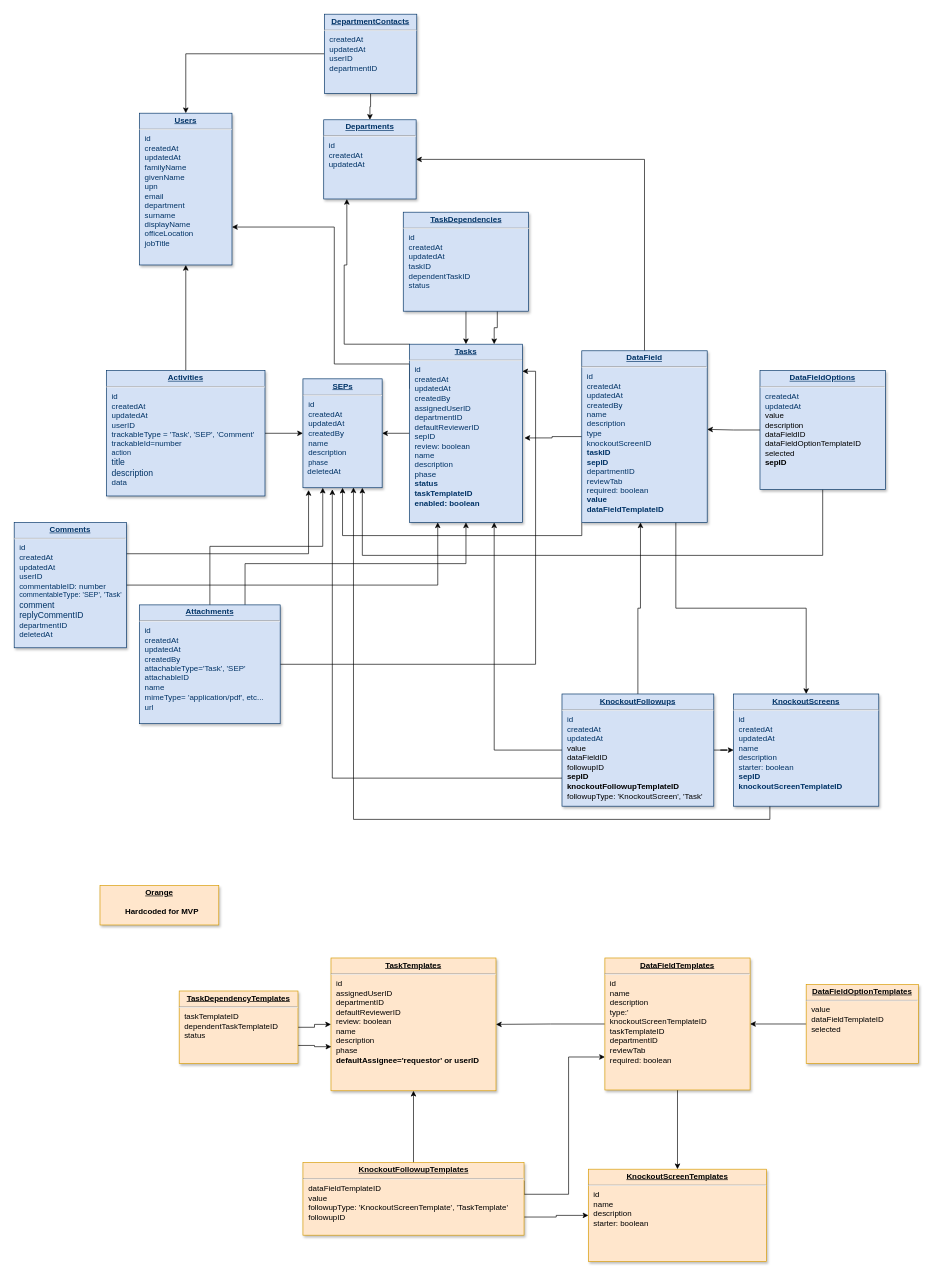
Earlier version of the draw.io diagram docs/sep-database.drawio.xml (BitCoyote/Solution-Enablement-Process). Source tidied: cells renumbered, new cells numbered last; positions are measured from the earlier drawing's top-left corner, leaving out a move shared by most shapes. Both pictures are drawn from the tidied source at 66%, with x=0, y=0 at pixel (14, 14).
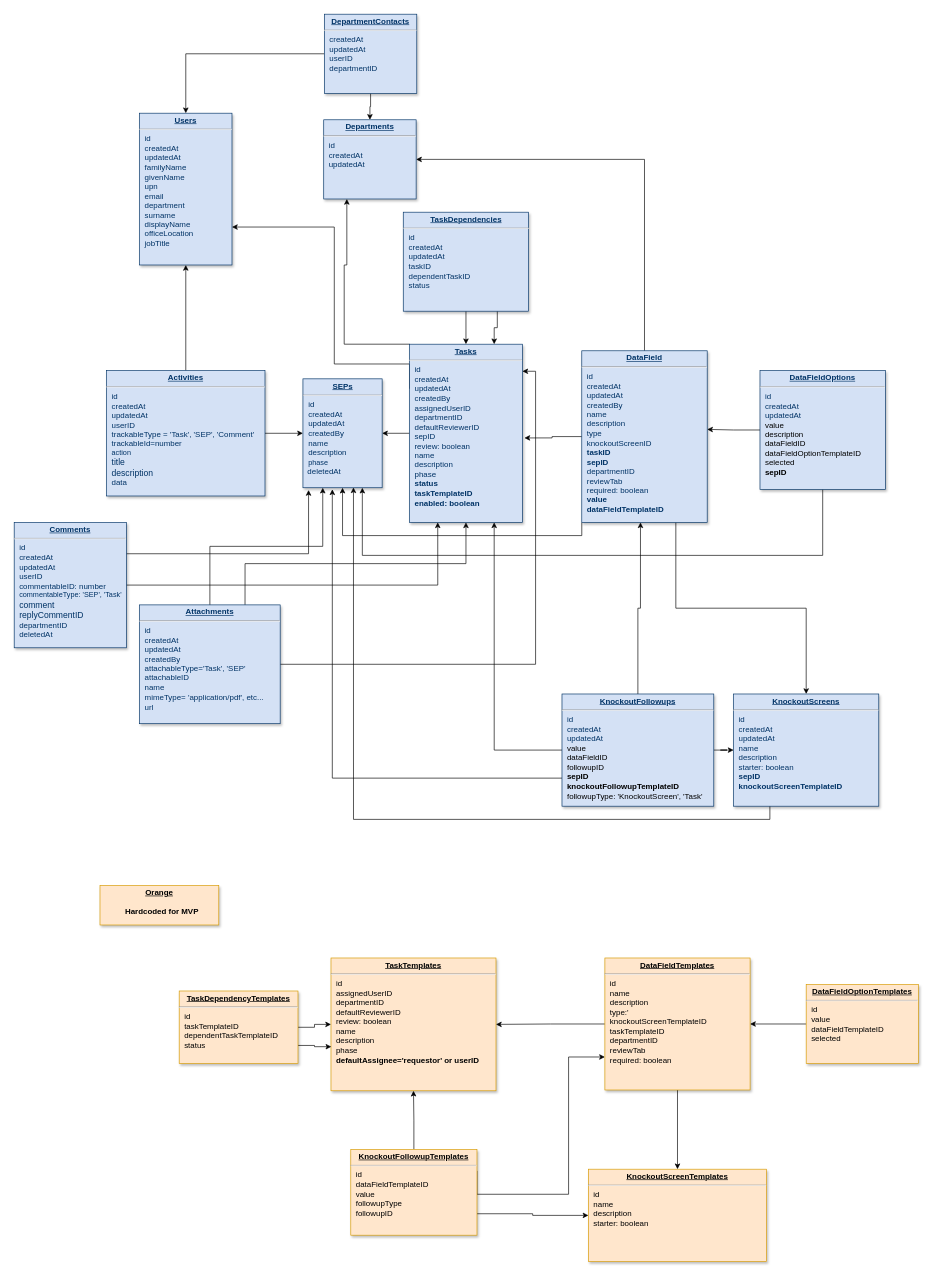
Above is the later version.

Change to the diagram source:
```diff
@@
-    <mxCell id="26" value="&lt;p style=&quot;margin: 0px; margin-top: 4px; text-align: center; text-decoration: underline;&quot;&gt;&lt;strong&gt;KnockoutFollowupTemplates&lt;/strong&gt;&lt;/p&gt;&lt;hr&gt;&lt;p style=&quot;margin: 0px; margin-left: 8px;&quot;&gt;&lt;span style=&quot;background-color: initial;&quot;&gt;dataFieldTemplateID&lt;/span&gt;&lt;br&gt;&lt;/p&gt;&lt;p style=&quot;margin: 0px; margin-left: 8px;&quot;&gt;&lt;span style=&quot;background-color: initial;&quot;&gt;value&lt;/span&gt;&lt;/p&gt;&lt;p style=&quot;margin: 0px; margin-left: 8px;&quot;&gt;&lt;span style=&quot;background-color: initial;&quot;&gt;followupType: 'KnockoutScreenTemplate', 'TaskTemplate'&lt;/span&gt;&lt;br&gt;&lt;/p&gt;&lt;p style=&quot;margin: 0px; margin-left: 8px;&quot;&gt;followupID&lt;/p&gt;" style="verticalAlign=top;align=left;overflow=fill;fontSize=12;fontFamily=Helvetica;html=1;strokeColor=#d79b00;shadow=1;fillColor=#ffe6cc;" parent="1" vertex="1">
-      <mxGeometry x="437.5" y="1740" width="335" height="110" as="geometry" />
+    <mxCell id="26" value="&lt;p style=&quot;margin: 0px; margin-top: 4px; text-align: center; text-decoration: underline;&quot;&gt;&lt;strong&gt;KnockoutFollowupTemplates&lt;/strong&gt;&lt;/p&gt;&lt;hr&gt;&lt;p style=&quot;margin: 0px; margin-left: 8px;&quot;&gt;&lt;span style=&quot;background-color: initial;&quot;&gt;id&lt;/span&gt;&lt;/p&gt;&lt;p style=&quot;margin: 0px; margin-left: 8px;&quot;&gt;&lt;span style=&quot;background-color: initial;&quot;&gt;dataFieldTemplateID&lt;/span&gt;&lt;br&gt;&lt;/p&gt;&lt;p style=&quot;margin: 0px; margin-left: 8px;&quot;&gt;&lt;span style=&quot;background-color: initial;&quot;&gt;value&lt;/span&gt;&lt;/p&gt;&lt;p style=&quot;margin: 0px; margin-left: 8px;&quot;&gt;&lt;span style=&quot;background-color: initial;&quot;&gt;followupType&lt;/span&gt;&lt;br&gt;&lt;/p&gt;&lt;p style=&quot;margin: 0px; margin-left: 8px;&quot;&gt;followupID&lt;/p&gt;" style="verticalAlign=top;align=left;overflow=fill;fontSize=12;fontFamily=Helvetica;html=1;strokeColor=#d79b00;shadow=1;fillColor=#ffe6cc;" parent="1" vertex="1">
+      <mxGeometry x="510" y="1720" width="191.2" height="130" as="geometry" />
     </mxCell>
@@
-    <mxCell id="48" value="&lt;p style=&quot;margin: 0px; margin-top: 4px; text-align: center; text-decoration: underline;&quot;&gt;&lt;b&gt;DataFieldOptionTemplates&lt;/b&gt;&lt;/p&gt;&lt;hr&gt;&lt;p style=&quot;margin: 0px; margin-left: 8px;&quot;&gt;&lt;span style=&quot;background-color: initial;&quot;&gt;value&lt;/span&gt;&lt;br&gt;&lt;/p&gt;&lt;p style=&quot;color: rgb(0, 0, 0); margin: 0px 0px 0px 8px;&quot;&gt;&lt;span style=&quot;background-color: initial;&quot;&gt;dataFieldTemplateID&lt;/span&gt;&lt;/p&gt;&lt;p style=&quot;color: rgb(0, 0, 0); margin: 0px 0px 0px 8px;&quot;&gt;&lt;span style=&quot;background-color: initial;&quot;&gt;selected&lt;/span&gt;&lt;br&gt;&lt;/p&gt;&lt;p style=&quot;margin: 0px 0px 0px 8px;&quot;&gt;&lt;br&gt;&lt;/p&gt;" style="verticalAlign=top;align=left;overflow=fill;fontSize=12;fontFamily=Helvetica;html=1;strokeColor=#d79b00;shadow=1;fillColor=#ffe6cc;" parent="1" vertex="1">
+    <mxCell id="48" value="&lt;p style=&quot;margin: 0px; margin-top: 4px; text-align: center; text-decoration: underline;&quot;&gt;&lt;b&gt;DataFieldOptionTemplates&lt;/b&gt;&lt;/p&gt;&lt;hr&gt;&lt;p style=&quot;margin: 0px; margin-left: 8px;&quot;&gt;&lt;span style=&quot;background-color: initial;&quot;&gt;id&lt;/span&gt;&lt;/p&gt;&lt;p style=&quot;margin: 0px; margin-left: 8px;&quot;&gt;&lt;span style=&quot;background-color: initial;&quot;&gt;value&lt;/span&gt;&lt;br&gt;&lt;/p&gt;&lt;p style=&quot;color: rgb(0, 0, 0); margin: 0px 0px 0px 8px;&quot;&gt;&lt;span style=&quot;background-color: initial;&quot;&gt;dataFieldTemplateID&lt;/span&gt;&lt;/p&gt;&lt;p style=&quot;color: rgb(0, 0, 0); margin: 0px 0px 0px 8px;&quot;&gt;&lt;span style=&quot;background-color: initial;&quot;&gt;selected&lt;/span&gt;&lt;br&gt;&lt;/p&gt;&lt;p style=&quot;margin: 0px 0px 0px 8px;&quot;&gt;&lt;br&gt;&lt;/p&gt;" style="verticalAlign=top;align=left;overflow=fill;fontSize=12;fontFamily=Helvetica;html=1;strokeColor=#d79b00;shadow=1;fillColor=#ffe6cc;" parent="1" vertex="1">
       <mxGeometry x="1200" y="1470" width="170" height="120" as="geometry" />
     </mxCell>
@@
-    <mxCell id="51" value="&lt;p style=&quot;margin: 0px; margin-top: 4px; text-align: center; text-decoration: underline;&quot;&gt;&lt;strong&gt;TaskDependencyTemplates&lt;/strong&gt;&lt;/p&gt;&lt;hr&gt;&lt;p style=&quot;margin: 0px; margin-left: 8px;&quot;&gt;&lt;span style=&quot;background-color: initial;&quot;&gt;taskTemplateID&lt;/span&gt;&lt;br&gt;&lt;/p&gt;&lt;p style=&quot;margin: 0px; margin-left: 8px;&quot;&gt;dependentTaskTemplateID&lt;/p&gt;&lt;p style=&quot;margin: 0px; margin-left: 8px;&quot;&gt;status&lt;/p&gt;&lt;p style=&quot;margin: 0px; margin-left: 8px;&quot;&gt;&lt;br&gt;&lt;/p&gt;" style="verticalAlign=top;align=left;overflow=fill;fontSize=12;fontFamily=Helvetica;html=1;strokeColor=#d79b00;shadow=1;fillColor=#ffe6cc;" parent="1" vertex="1">
+    <mxCell id="51" value="&lt;p style=&quot;margin: 0px; margin-top: 4px; text-align: center; text-decoration: underline;&quot;&gt;&lt;strong&gt;TaskDependencyTemplates&lt;/strong&gt;&lt;/p&gt;&lt;hr&gt;&lt;p style=&quot;margin: 0px; margin-left: 8px;&quot;&gt;&lt;span style=&quot;background-color: initial;&quot;&gt;id&lt;/span&gt;&lt;/p&gt;&lt;p style=&quot;margin: 0px; margin-left: 8px;&quot;&gt;&lt;span style=&quot;background-color: initial;&quot;&gt;taskTemplateID&lt;/span&gt;&lt;br&gt;&lt;/p&gt;&lt;p style=&quot;margin: 0px; margin-left: 8px;&quot;&gt;dependentTaskTemplateID&lt;/p&gt;&lt;p style=&quot;margin: 0px; margin-left: 8px;&quot;&gt;status&lt;/p&gt;&lt;p style=&quot;margin: 0px; margin-left: 8px;&quot;&gt;&lt;br&gt;&lt;/p&gt;" style="verticalAlign=top;align=left;overflow=fill;fontSize=12;fontFamily=Helvetica;html=1;strokeColor=#d79b00;shadow=1;fillColor=#ffe6cc;" parent="1" vertex="1">
       <mxGeometry x="250" y="1480" width="180" height="110" as="geometry" />
     </mxCell>
@@
-    <mxCell id="54" value="&lt;p style=&quot;margin: 0px; margin-top: 4px; text-align: center; text-decoration: underline;&quot;&gt;&lt;b&gt;DataFieldOptions&lt;/b&gt;&lt;/p&gt;&lt;hr&gt;&lt;p style=&quot;margin: 0px; margin-left: 8px;&quot;&gt;&lt;span style=&quot;background-color: initial;&quot;&gt;createdAt&lt;/span&gt;&lt;br&gt;&lt;/p&gt;&lt;p style=&quot;margin: 0px; margin-left: 8px;&quot;&gt;updatedAt&lt;/p&gt;&lt;p style=&quot;color: rgb(0, 0, 0); margin: 0px 0px 0px 8px;&quot;&gt;&lt;span style=&quot;background-color: initial;&quot;&gt;value&lt;/span&gt;&lt;/p&gt;&lt;p style=&quot;color: rgb(0, 0, 0); margin: 0px 0px 0px 8px;&quot;&gt;&lt;span style=&quot;background-color: initial;&quot;&gt;description&lt;/span&gt;&lt;/p&gt;&lt;p style=&quot;color: rgb(0, 0, 0); margin: 0px 0px 0px 8px;&quot;&gt;&lt;span style=&quot;background-color: initial;&quot;&gt;dataFieldID&lt;/span&gt;&lt;/p&gt;&lt;p style=&quot;color: rgb(0, 0, 0); margin: 0px 0px 0px 8px;&quot;&gt;dataFieldOptionTemplateID&lt;/p&gt;&lt;p style=&quot;color: rgb(0, 0, 0); margin: 0px 0px 0px 8px;&quot;&gt;selected&lt;/p&gt;&lt;p style=&quot;color: rgb(0, 0, 0); margin: 0px 0px 0px 8px;&quot;&gt;&lt;b&gt;sepID&lt;/b&gt;&lt;/p&gt;" style="verticalAlign=top;align=left;overflow=fill;fontSize=12;fontFamily=Helvetica;html=1;strokeColor=#003366;shadow=1;fillColor=#D4E1F5;fontColor=#003366;" parent="1" vertex="1">
+    <mxCell id="54" value="&lt;p style=&quot;margin: 0px; margin-top: 4px; text-align: center; text-decoration: underline;&quot;&gt;&lt;b&gt;DataFieldOptions&lt;/b&gt;&lt;/p&gt;&lt;hr&gt;&lt;p style=&quot;margin: 0px; margin-left: 8px;&quot;&gt;&lt;span style=&quot;background-color: initial;&quot;&gt;id&lt;/span&gt;&lt;/p&gt;&lt;p style=&quot;margin: 0px; margin-left: 8px;&quot;&gt;&lt;span style=&quot;background-color: initial;&quot;&gt;createdAt&lt;/span&gt;&lt;br&gt;&lt;/p&gt;&lt;p style=&quot;margin: 0px; margin-left: 8px;&quot;&gt;updatedAt&lt;/p&gt;&lt;p style=&quot;color: rgb(0, 0, 0); margin: 0px 0px 0px 8px;&quot;&gt;&lt;span style=&quot;background-color: initial;&quot;&gt;value&lt;/span&gt;&lt;/p&gt;&lt;p style=&quot;color: rgb(0, 0, 0); margin: 0px 0px 0px 8px;&quot;&gt;&lt;span style=&quot;background-color: initial;&quot;&gt;description&lt;/span&gt;&lt;/p&gt;&lt;p style=&quot;color: rgb(0, 0, 0); margin: 0px 0px 0px 8px;&quot;&gt;&lt;span style=&quot;background-color: initial;&quot;&gt;dataFieldID&lt;/span&gt;&lt;/p&gt;&lt;p style=&quot;color: rgb(0, 0, 0); margin: 0px 0px 0px 8px;&quot;&gt;dataFieldOptionTemplateID&lt;/p&gt;&lt;p style=&quot;color: rgb(0, 0, 0); margin: 0px 0px 0px 8px;&quot;&gt;selected&lt;/p&gt;&lt;p style=&quot;color: rgb(0, 0, 0); margin: 0px 0px 0px 8px;&quot;&gt;&lt;b&gt;sepID&lt;/b&gt;&lt;/p&gt;" style="verticalAlign=top;align=left;overflow=fill;fontSize=12;fontFamily=Helvetica;html=1;strokeColor=#003366;shadow=1;fillColor=#D4E1F5;fontColor=#003366;" parent="1" vertex="1">
       <mxGeometry x="1130" y="540" width="190" height="180" as="geometry" />
     </mxCell>
```
